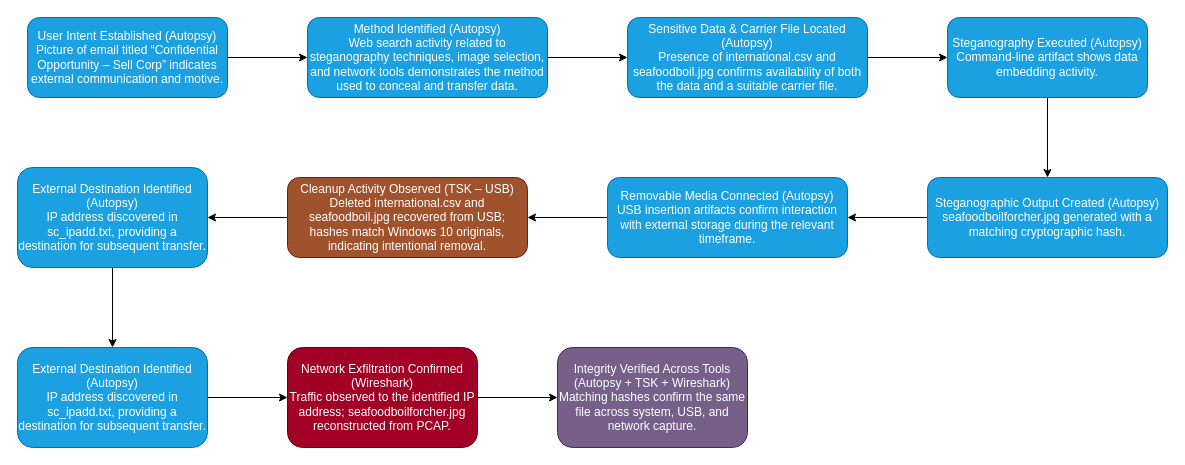
ankylosaurus6407/Digital-Forensics keeps this draw.io diagram as investigative process sequence.drawio. Above is the earlier version. Source tidied: cells renumbered, new cells numbered last; positions are measured from the earlier drawing's top-left corner, leaving out a move shared by most shapes. Both pictures are drawn from the tidied source at 100%, with x=0, y=0 at pixel (17, 17).
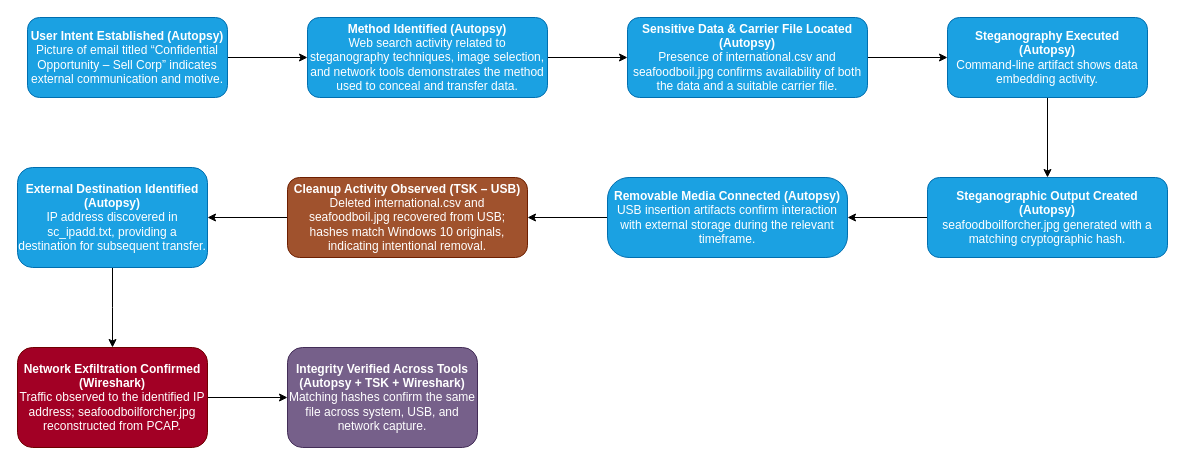
Above is the later version.

Change to the diagram source:
```diff
@@
-    <mxCell id="3" value="&lt;div&gt;User Intent Established (Autopsy)&lt;/div&gt;&lt;div&gt;Picture of email titled “Confidential Opportunity – Sell Corp” indicates external communication and motive.&lt;/div&gt;" style="rounded=1;whiteSpace=wrap;html=1;fillColor=#1ba1e2;fontColor=#ffffff;strokeColor=#006EAF;" parent="1" vertex="1">
+    <mxCell id="3" value="&lt;div&gt;&lt;b&gt;User Intent Established (Autopsy)&lt;/b&gt;&lt;/div&gt;&lt;div&gt;Picture of email titled “Confidential Opportunity – Sell Corp” indicates external communication and motive.&lt;/div&gt;" style="rounded=1;whiteSpace=wrap;html=1;fillColor=#1ba1e2;fontColor=#ffffff;strokeColor=#006EAF;" parent="1" vertex="1">
       <mxGeometry x="10" width="200" height="80" as="geometry" />
     </mxCell>
@@
-    <mxCell id="5" value="&lt;div&gt;Method Identified (Autopsy)&lt;/div&gt;&lt;div&gt;Web search activity related to steganography techniques, image selection, and network tools demonstrates the method used to conceal and transfer data.&lt;/div&gt;" style="rounded=1;whiteSpace=wrap;html=1;fillColor=#1ba1e2;fontColor=#ffffff;strokeColor=#006EAF;" parent="1" vertex="1">
+    <mxCell id="5" value="&lt;div&gt;&lt;b&gt;Method Identified (Autopsy)&lt;/b&gt;&lt;/div&gt;&lt;div&gt;Web search activity related to steganography techniques, image selection, and network tools demonstrates the method used to conceal and transfer data.&lt;/div&gt;" style="rounded=1;whiteSpace=wrap;html=1;fillColor=#1ba1e2;fontColor=#ffffff;strokeColor=#006EAF;" parent="1" vertex="1">
       <mxGeometry x="290" width="240" height="80" as="geometry" />
     </mxCell>
@@
-    <mxCell id="7" value="&lt;div&gt;Sensitive Data &amp;amp; Carrier File Located (Autopsy)&lt;/div&gt;&lt;div&gt;Presence of international.csv and seafoodboil.jpg confirms availability of both the data and a suitable carrier file.&lt;/div&gt;" style="rounded=1;whiteSpace=wrap;html=1;fillColor=#1ba1e2;fontColor=#ffffff;strokeColor=#006EAF;" parent="1" vertex="1">
+    <mxCell id="7" value="&lt;div&gt;&lt;b&gt;Sensitive Data &amp;amp; Carrier File Located (Autopsy)&lt;/b&gt;&lt;/div&gt;&lt;div&gt;Presence of international.csv and seafoodboil.jpg confirms availability of both the data and a suitable carrier file.&lt;/div&gt;" style="rounded=1;whiteSpace=wrap;html=1;fillColor=#1ba1e2;fontColor=#ffffff;strokeColor=#006EAF;" parent="1" vertex="1">
       <mxGeometry x="610" width="240" height="80" as="geometry" />
     </mxCell>
@@
-    <mxCell id="9" value="&lt;div&gt;Steganography Executed (Autopsy)&lt;/div&gt;&lt;div&gt;Command-line artifact shows data embedding activity.&lt;/div&gt;" style="rounded=1;whiteSpace=wrap;html=1;fillColor=#1ba1e2;fontColor=#ffffff;strokeColor=#006EAF;" parent="1" vertex="1">
+    <mxCell id="9" value="&lt;div&gt;&lt;b&gt;Steganography Executed (Autopsy)&lt;/b&gt;&lt;/div&gt;&lt;div&gt;Command-line artifact shows data embedding activity.&lt;/div&gt;" style="rounded=1;whiteSpace=wrap;html=1;fillColor=#1ba1e2;fontColor=#ffffff;strokeColor=#006EAF;" parent="1" vertex="1">
       <mxGeometry x="930" width="200" height="80" as="geometry" />
     </mxCell>
@@
-    <mxCell id="11" value="&lt;div&gt;Steganographic Output Created (Autopsy)&lt;/div&gt;&lt;div&gt;seafoodboilforcher.jpg generated with a matching cryptographic hash.&lt;/div&gt;" style="rounded=1;whiteSpace=wrap;html=1;fillColor=#1ba1e2;fontColor=#ffffff;strokeColor=#006EAF;" parent="1" vertex="1">
+    <mxCell id="11" value="&lt;div&gt;&lt;b&gt;Steganographic Output Created (Autopsy)&lt;/b&gt;&lt;/div&gt;&lt;div&gt;seafoodboilforcher.jpg generated with a matching cryptographic hash.&lt;/div&gt;" style="rounded=1;whiteSpace=wrap;html=1;fillColor=#1ba1e2;fontColor=#ffffff;strokeColor=#006EAF;" parent="1" vertex="1">
       <mxGeometry x="910" y="160" width="240" height="80" as="geometry" />
     </mxCell>
@@
-    <mxCell id="13" value="&lt;div&gt;Removable Media Connected (Autopsy)&lt;/div&gt;&lt;div&gt;USB insertion artifacts confirm interaction with external storage during the relevant timeframe.&lt;/div&gt;" style="rounded=1;whiteSpace=wrap;html=1;fillColor=#1ba1e2;fontColor=#ffffff;strokeColor=#006EAF;" parent="1" vertex="1">
+    <mxCell id="13" value="&lt;div&gt;&lt;b&gt;Removable Media Connected (Autopsy)&lt;/b&gt;&lt;/div&gt;&lt;div&gt;USB insertion artifacts confirm interaction with external storage during the relevant timeframe.&lt;/div&gt;" style="rounded=1;whiteSpace=wrap;html=1;fillColor=#1ba1e2;fontColor=#ffffff;strokeColor=#006EAF;arcSize=27;" parent="1" vertex="1">
       <mxGeometry x="590" y="160" width="240" height="80" as="geometry" />
     </mxCell>
@@
-    <mxCell id="15" value="&lt;div&gt;Cleanup Activity Observed (TSK – USB)&lt;/div&gt;&lt;div&gt;Deleted international.csv and seafoodboil.jpg recovered from USB; hashes match Windows 10 originals, indicating intentional removal.&lt;/div&gt;" style="rounded=1;whiteSpace=wrap;html=1;fillColor=#a0522d;fontColor=#ffffff;strokeColor=#6D1F00;" parent="1" vertex="1">
+    <mxCell id="15" value="&lt;div&gt;&lt;b&gt;Cleanup Activity Observed (TSK – USB)&lt;/b&gt;&lt;/div&gt;&lt;div&gt;Deleted international.csv and seafoodboil.jpg recovered from USB; hashes match Windows 10 originals, indicating intentional removal.&lt;/div&gt;" style="rounded=1;whiteSpace=wrap;html=1;fillColor=#a0522d;fontColor=#ffffff;strokeColor=#6D1F00;" parent="1" vertex="1">
       <mxGeometry x="270" y="160" width="240" height="80" as="geometry" />
     </mxCell>
-    <mxCell id="16" style="edgeStyle=orthogonalEdgeStyle;rounded=0;jettySize=auto;html=1;" parent="1" edge="1" source="17" target="19">
-      <mxGeometry relative="1" as="geometry" />
+    <mxCell id="16" style="edgeStyle=orthogonalEdgeStyle;rounded=0;jettySize=auto;html=1;" parent="1" edge="1" source="17">
+      <mxGeometry relative="1" as="geometry">
+        <mxPoint x="95" y="330" as="targetPoint" />
+      </mxGeometry>
     </mxCell>
-    <mxCell id="17" value="&lt;div&gt;External Destination Identified (Autopsy)&lt;/div&gt;&lt;div&gt;IP address discovered in sc_ipadd.txt, providing a destination for subsequent transfer.&lt;/div&gt;" style="rounded=1;whiteSpace=wrap;html=1;fillColor=#1ba1e2;strokeColor=#006EAF;fontColor=#ffffff;" parent="1" vertex="1">
+    <mxCell id="17" value="&lt;div&gt;&lt;b&gt;External Destination Identified (Autopsy)&lt;/b&gt;&lt;/div&gt;&lt;div&gt;IP address discovered in sc_ipadd.txt, providing a destination for subsequent transfer.&lt;/div&gt;" style="rounded=1;whiteSpace=wrap;html=1;fillColor=#1ba1e2;strokeColor=#006EAF;fontColor=#ffffff;" parent="1" vertex="1">
       <mxGeometry y="150" width="190" height="100" as="geometry" />
     </mxCell>
-    <mxCell id="18" style="edgeStyle=orthogonalEdgeStyle;rounded=0;jettySize=auto;html=1;" parent="1" edge="1" source="19" target="21">
-      <mxGeometry relative="1" as="geometry" />
-    </mxCell>
-    <mxCell id="19" value="&lt;div&gt;External Destination Identified (Autopsy)&lt;/div&gt;&lt;div&gt;IP address discovered in sc_ipadd.txt, providing a destination for subsequent transfer.&lt;/div&gt;" style="rounded=1;whiteSpace=wrap;html=1;fillColor=#1ba1e2;strokeColor=#006EAF;fontColor=#ffffff;" parent="1" vertex="1">
-      <mxGeometry y="330" width="190" height="100" as="geometry" />
-    </mxCell>
@@
-    <mxCell id="21" value="&lt;div&gt;Network Exfiltration Confirmed (Wireshark)&lt;/div&gt;&lt;div&gt;Traffic observed to the identified IP address; seafoodboilforcher.jpg reconstructed from PCAP.&lt;/div&gt;" style="rounded=1;whiteSpace=wrap;html=1;fillColor=#a20025;strokeColor=#6F0000;fontColor=#ffffff;" parent="1" vertex="1">
-      <mxGeometry x="270" y="330" width="190" height="100" as="geometry" />
+    <mxCell id="21" value="&lt;div&gt;&lt;b&gt;Network Exfiltration Confirmed (Wireshark)&lt;/b&gt;&lt;/div&gt;&lt;div&gt;Traffic observed to the identified IP address; seafoodboilforcher.jpg reconstructed from PCAP.&lt;/div&gt;" style="rounded=1;whiteSpace=wrap;html=1;fillColor=#a20025;strokeColor=#6F0000;fontColor=#ffffff;" parent="1" vertex="1">
+      <mxGeometry y="330" width="190" height="100" as="geometry" />
     </mxCell>
-    <mxCell id="22" value="&lt;div&gt;Integrity Verified Across Tools (Autopsy + TSK + Wireshark)&lt;/div&gt;&lt;div&gt;Matching hashes confirm the same file across system, USB, and network capture.&lt;/div&gt;" style="rounded=1;whiteSpace=wrap;html=1;fillColor=#76608a;strokeColor=#432D57;fontColor=#ffffff;" parent="1" vertex="1">
-      <mxGeometry x="540" y="330" width="190" height="100" as="geometry" />
+    <mxCell id="22" value="&lt;div&gt;&lt;b&gt;Integrity Verified Across Tools (Autopsy + TSK + Wireshark)&lt;/b&gt;&lt;/div&gt;&lt;div&gt;Matching hashes confirm the same file across system, USB, and network capture.&lt;/div&gt;" style="rounded=1;whiteSpace=wrap;html=1;fillColor=#76608a;strokeColor=#432D57;fontColor=#ffffff;" parent="1" vertex="1">
+      <mxGeometry x="270" y="330" width="190" height="100" as="geometry" />
     </mxCell>
```
